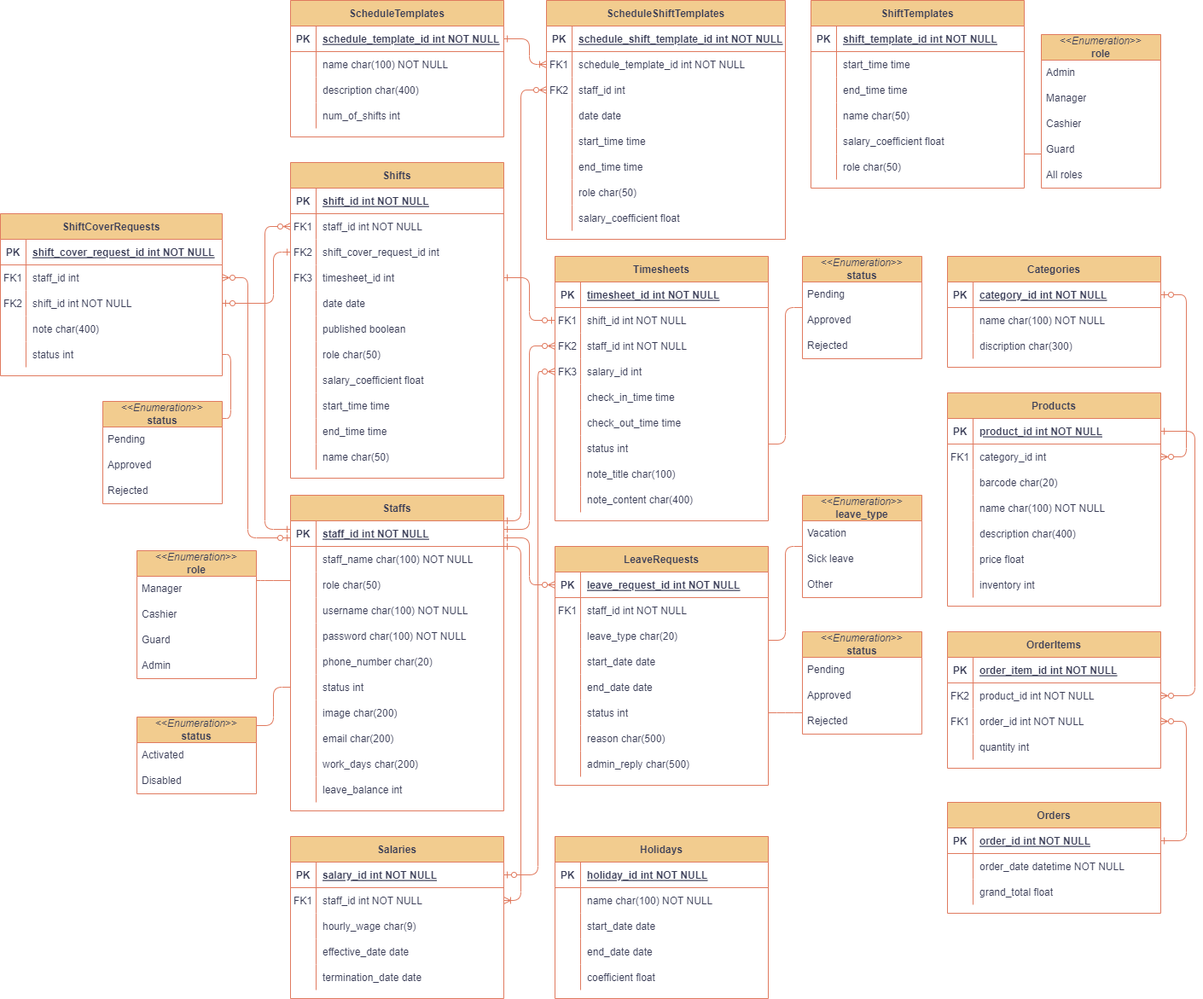
The draw.io diagram diagram/ERD.png in HieuNghia0000/SWP-Team-3, before a commit. Source tidied: cells renumbered, new cells last; positions are measured from the earlier drawing's top-left corner, leaving out a move shared by most shapes.
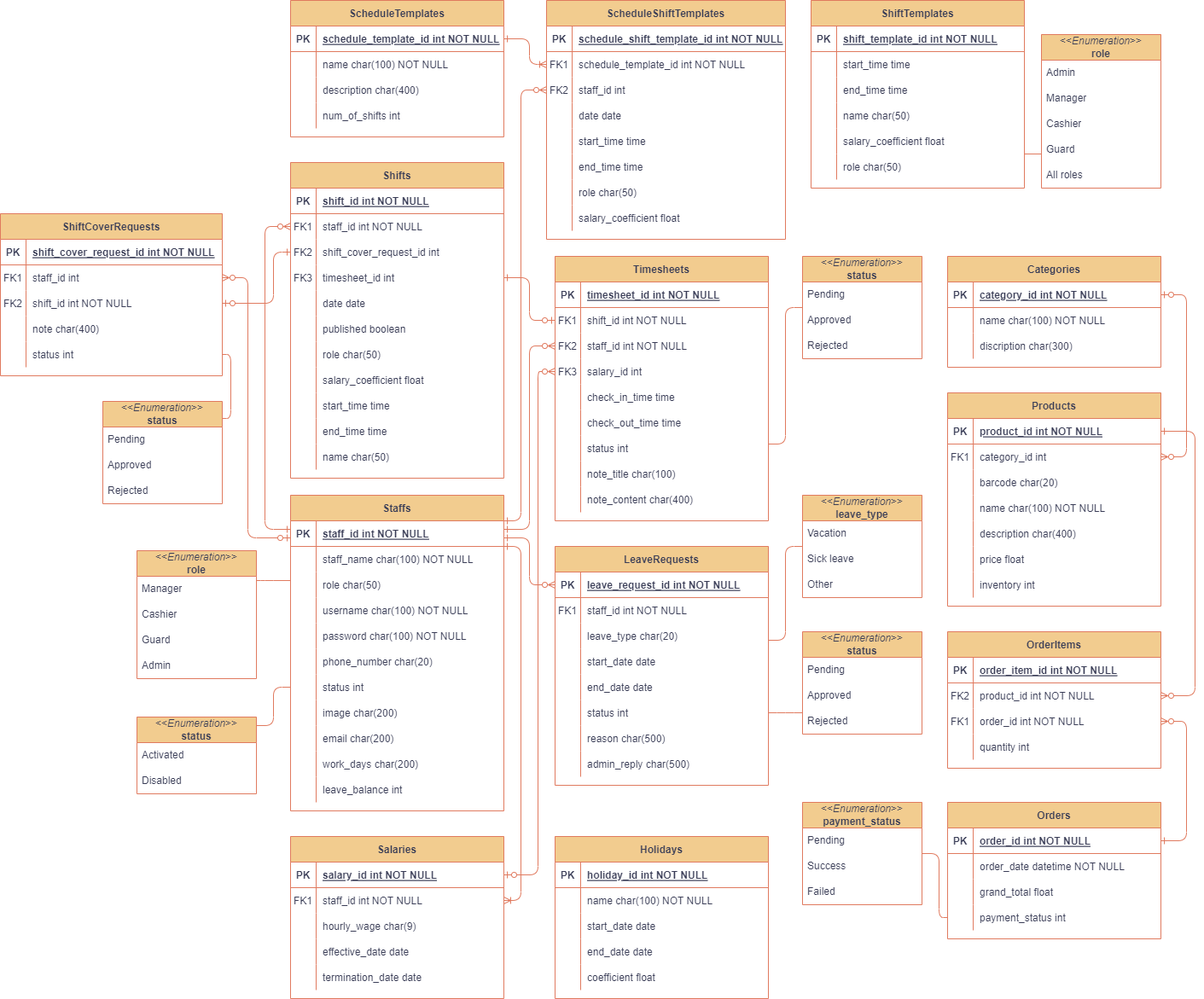
Above is the later version.

Diff of the diagram source:
```diff
@@ -69,7 +69,7 @@
       <mxGeometry x="30" width="220" height="30" as="geometry" />
     </mxCell>
     <mxCell id="24" value="Orders" style="shape=table;startSize=30;rowLines=0;fontStyle=1;align=center;labelBackgroundColor=none;fillColor=#F2CC8F;strokeColor=#E07A5F;fontColor=#393C56;" parent="1" vertex="1">
-      <mxGeometry x="1110" y="940" width="250" height="130" as="geometry" />
+      <mxGeometry x="1110" y="940" width="250" height="160" as="geometry" />
     </mxCell>
     <mxCell id="25" style="shape=partialRectangle;fillColor=none;points=[[0,0.5],[1,0.5]];portConstraint=eastwest;top=0;left=0;right=0;bottom=1;labelBackgroundColor=none;strokeColor=#E07A5F;fontColor=#393C56;" parent="24" vertex="1">
       <mxGeometry y="30" width="250" height="30" as="geometry" />
@@ -98,6 +98,15 @@
     <mxCell id="33" value="grand_total float" style="shape=partialRectangle;overflow=hidden;fillColor=none;top=0;left=0;bottom=0;right=0;align=left;spacingLeft=6;labelBackgroundColor=none;strokeColor=#E07A5F;fontColor=#393C56;" parent="31" vertex="1">
       <mxGeometry x="30" width="220" height="30" as="geometry" />
     </mxCell>
+    <mxCell id="333" style="shape=partialRectangle;fillColor=none;points=[[0,0.5],[1,0.5]];portConstraint=eastwest;top=0;left=0;right=0;bottom=0;labelBackgroundColor=none;strokeColor=#E07A5F;fontColor=#393C56;" parent="24" vertex="1">
+      <mxGeometry y="120" width="250" height="30" as="geometry" />
+    </mxCell>
+    <mxCell id="334" style="shape=partialRectangle;overflow=hidden;fillColor=none;top=0;left=0;bottom=0;right=0;labelBackgroundColor=none;strokeColor=#E07A5F;fontColor=#393C56;" parent="333" vertex="1">
+      <mxGeometry width="30" height="30" as="geometry" />
+    </mxCell>
+    <mxCell id="335" value="payment_status int" style="shape=partialRectangle;overflow=hidden;fillColor=none;top=0;left=0;bottom=0;right=0;align=left;spacingLeft=6;labelBackgroundColor=none;strokeColor=#E07A5F;fontColor=#393C56;" parent="333" vertex="1">
+      <mxGeometry x="30" width="220" height="30" as="geometry" />
+    </mxCell>
     <mxCell id="34" value="Staffs" style="shape=table;startSize=30;rowLines=0;fontStyle=1;align=center;labelBackgroundColor=none;fillColor=#F2CC8F;strokeColor=#E07A5F;fontColor=#393C56;" parent="1" vertex="1">
       <mxGeometry x="340" y="580" width="250" height="370" as="geometry" />
     </mxCell>
@@ -1095,5 +1104,25 @@
         </Array>
       </mxGeometry>
     </mxCell>
+    <mxCell id="336" value="&lt;span style=&quot;text-align: left;&quot;&gt;&amp;lt;&amp;lt;&lt;i&gt;Enumeration&lt;/i&gt;&amp;gt;&amp;gt;&lt;br&gt;&lt;b&gt;payment_status&lt;/b&gt;&lt;/span&gt;" style="swimlane;fontStyle=0;horizontal=1;startSize=30;whiteSpace=wrap;html=1;labelBackgroundColor=none;fillColor=#F2CC8F;strokeColor=#E07A5F;fontColor=#393C56;" parent="1" vertex="1">
+      <mxGeometry x="940" y="940" width="140" height="120" as="geometry" />
+    </mxCell>
+    <mxCell id="337" value="Pending" style="text;strokeColor=none;fillColor=none;align=left;verticalAlign=middle;spacingLeft=4;spacingRight=4;overflow=hidden;whiteSpace=wrap;html=1;labelBackgroundColor=none;fontColor=#393C56;" parent="336" vertex="1">
+      <mxGeometry y="30" width="140" height="30" as="geometry" />
+    </mxCell>
+    <mxCell id="338" value="Success" style="text;strokeColor=none;fillColor=none;align=left;verticalAlign=middle;spacingLeft=4;spacingRight=4;overflow=hidden;whiteSpace=wrap;html=1;labelBackgroundColor=none;fontColor=#393C56;" parent="336" vertex="1">
+      <mxGeometry y="60" width="140" height="30" as="geometry" />
+    </mxCell>
+    <mxCell id="339" value="Failed" style="text;strokeColor=none;fillColor=none;align=left;verticalAlign=middle;spacingLeft=4;spacingRight=4;overflow=hidden;whiteSpace=wrap;html=1;labelBackgroundColor=none;fontColor=#393C56;" parent="336" vertex="1">
+      <mxGeometry y="90" width="140" height="30" as="geometry" />
+    </mxCell>
+    <mxCell id="340" style="edgeStyle=orthogonalEdgeStyle;rounded=1;jettySize=auto;html=1;endArrow=none;endFill=0;labelBackgroundColor=none;strokeColor=#E07A5F;fontColor=default;" parent="1" edge="1" source="333" target="336">
+      <mxGeometry relative="1" as="geometry">
+        <Array as="points">
+          <mxPoint x="1100" y="1075" />
+          <mxPoint x="1100" y="1000" />
+        </Array>
+      </mxGeometry>
+    </mxCell>
   </root>
 </mxGraphModel>
```
